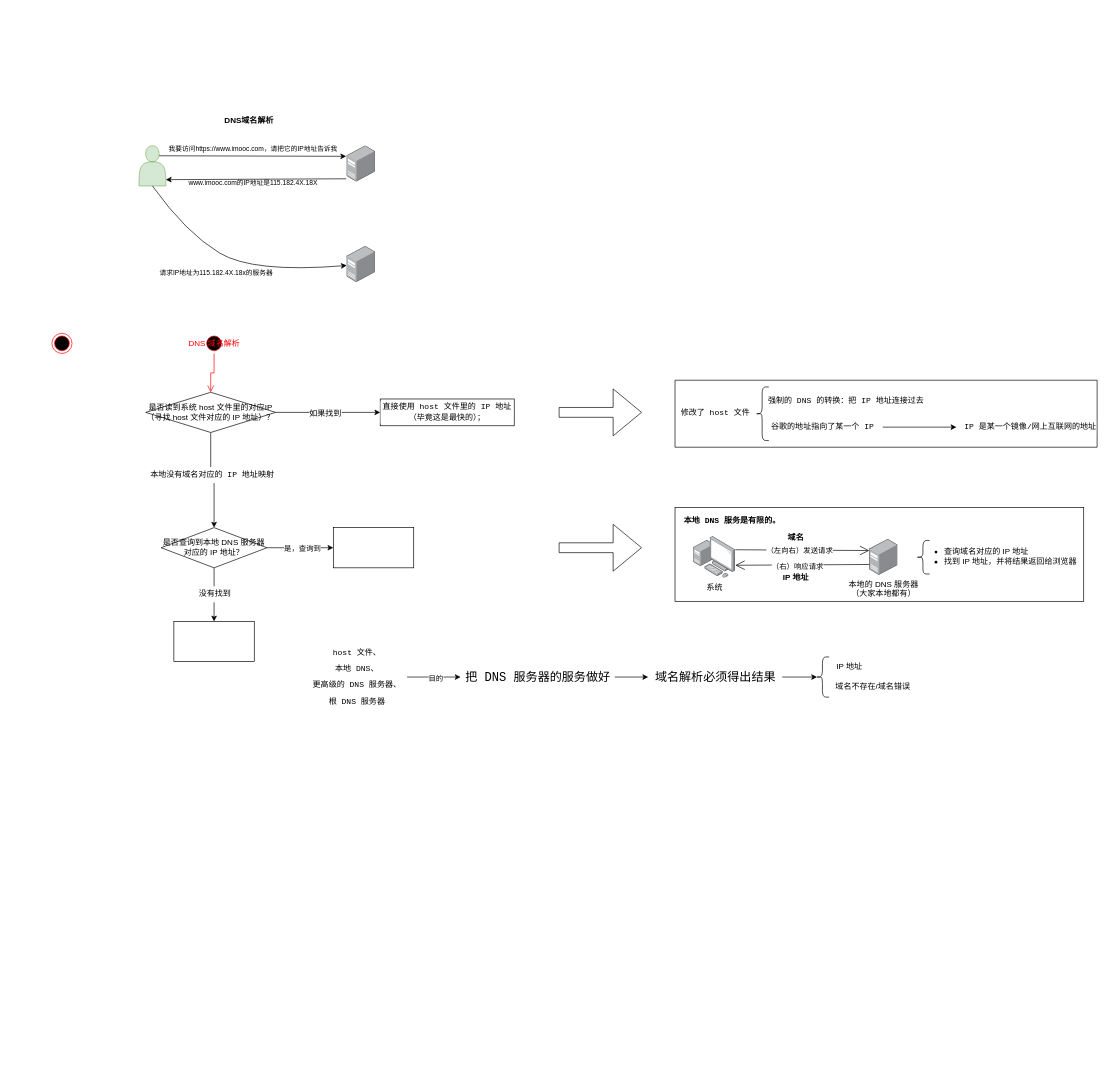
This is page "网络-DNS域名解析" (3 of 3) of video/HTTP/慕课网《HTTP》.drawio from djsz3y/learning-notes, a draw.io file, before an edit. Source tidied: cells renumbered, new cells numbered last; positions are measured from the earlier drawing's top-left corner, leaving out a move shared by most shapes. Both pictures are drawn from the tidied source at 67%, with x=0, y=0 at pixel (52, 111).
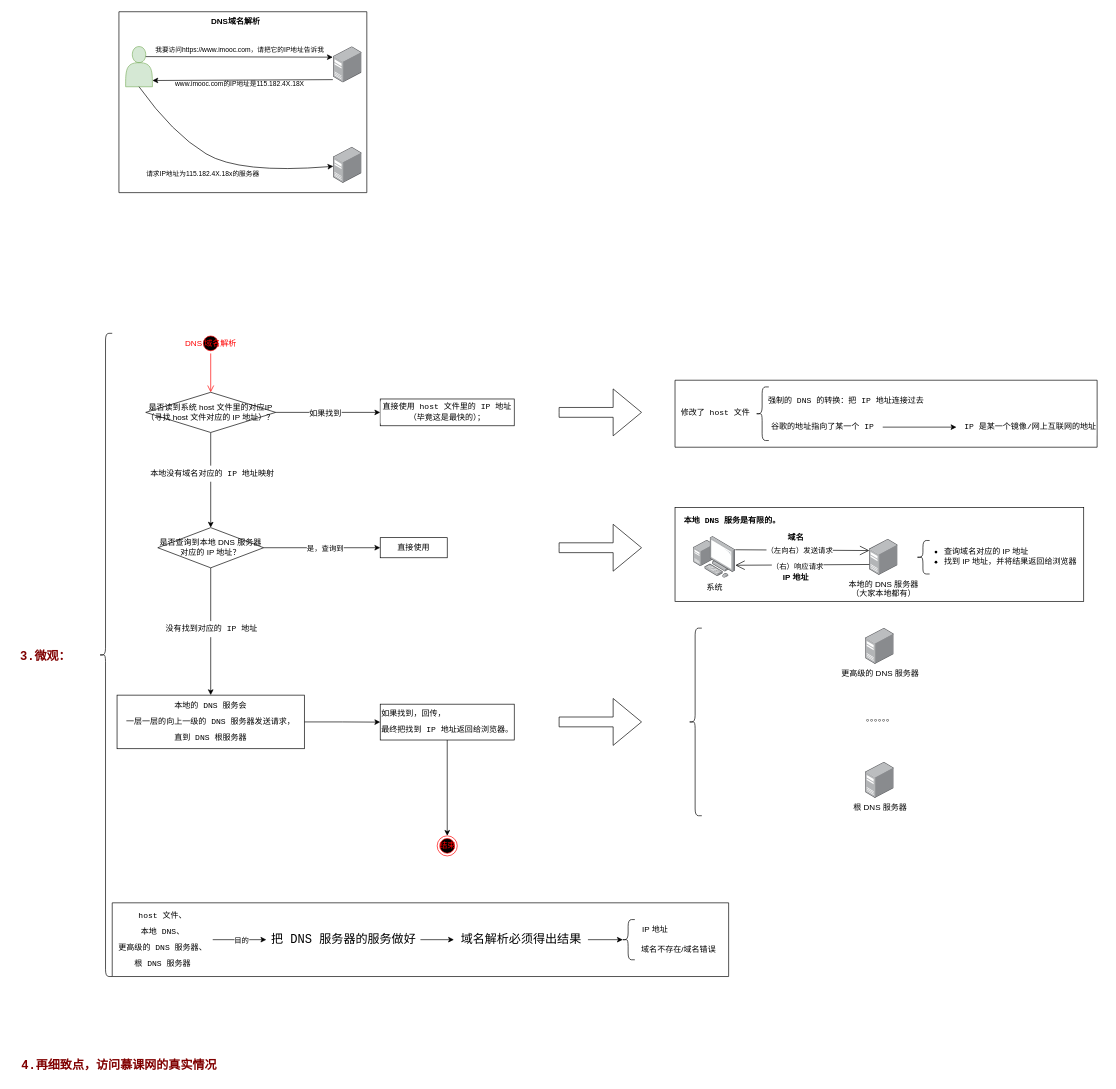
The same page after the edit.

Commit message (it also covers changes not shown here):
更新慕课网《HTTP》.drawio

The change refers to these unchanged cells:
```xml
<mxCell id="32" style="edgeStyle=orthogonalEdgeStyle;rounded=0;jettySize=auto;html=1;" parent="1" edge="1" source="34" target="49">
  <mxGeometry relative="1" as="geometry" />
</mxCell>
```

Change to the diagram source:
```diff
@@
-    <mxCell id="3" style="image;points=[];html=1;align=center;shadow=0;dashed=0;image=img/lib/allied_telesis/computer_and_terminals/Server_Desktop.svg;imageBackground=default;" parent="1" vertex="1">
-      <mxGeometry x="440" y="52" width="42.6" height="54" as="geometry" />
-    </mxCell>
-    <mxCell id="4" style="shape=actor;whiteSpace=wrap;html=1;fillColor=#d5e8d4;strokeColor=#82b366;" parent="1" vertex="1">
-      <mxGeometry x="130" y="52" width="40" height="60" as="geometry" />
-    </mxCell>
-    <mxCell id="5" style="image;points=[];html=1;align=center;shadow=0;dashed=0;image=img/lib/allied_telesis/computer_and_terminals/Server_Desktop.svg;imageBackground=default;" parent="1" vertex="1">
-      <mxGeometry x="440" y="202" width="42.6" height="54" as="geometry" />
-    </mxCell>
-    <mxCell id="6" style="endArrow=classic;html=1;rounded=0;exitX=0.75;exitY=0.25;exitDx=0;exitDy=0;exitPerimeter=0;entryX=-0.019;entryY=0.293;entryDx=0;entryDy=0;entryPerimeter=0;" parent="1" edge="1" source="4" target="3">
-      <mxGeometry relative="1" as="geometry" />
-    </mxCell>
-    <mxCell id="7" style="endArrow=classic;html=1;rounded=0;entryX=1;entryY=0.844;entryDx=0;entryDy=0;exitX=-0.016;exitY=0.914;exitDx=0;exitDy=0;exitPerimeter=0;entryPerimeter=0;" parent="1" edge="1" source="3" target="4">
-      <mxGeometry relative="1" as="geometry" />
-    </mxCell>
-    <mxCell id="8" style="curved=1;endArrow=classic;html=1;rounded=0;exitX=0.5;exitY=1;exitDx=0;exitDy=0;" parent="1" edge="1" source="4" target="5">
-      <mxGeometry relative="1" as="geometry">
-        <Array as="points">
-          <mxPoint x="200" y="182" />
-          <mxPoint x="300" y="242" />
-        </Array>
-      </mxGeometry>
-    </mxCell>
-    <mxCell id="9" value="我要访问https://www.imooc.com，请把它的IP地址告诉我" style="text;html=1;align=center;verticalAlign=middle;strokeColor=none;fillColor=none;fontSize=10;" parent="1" vertex="1">
-      <mxGeometry x="160" y="42" width="280" height="30" as="geometry" />
-    </mxCell>
-    <mxCell id="10" value="www.imooc.com的IP地址是115.182.4X.18X" style="text;html=1;align=center;verticalAlign=middle;strokeColor=none;fillColor=none;fontSize=10;" parent="1" vertex="1">
-      <mxGeometry x="190" y="92" width="220" height="30" as="geometry" />
-    </mxCell>
-    <mxCell id="11" value="请求IP地址为115.182.4X.18x的服务器" style="text;html=1;align=center;verticalAlign=middle;strokeColor=none;fillColor=none;fontSize=10;" parent="1" vertex="1">
-      <mxGeometry x="150" y="226" width="190" height="30" as="geometry" />
-    </mxCell>
-    <mxCell id="12" value="DNS域名解析" style="text;html=1;align=center;verticalAlign=middle;strokeColor=none;fillColor=none;fontStyle=1;" parent="1" vertex="1">
-      <mxGeometry x="244" width="100" height="30" as="geometry" />
-    </mxCell>
@@
     <mxCell id="14" value="&lt;font color=&quot;#ff0000&quot;&gt;DNS 域名解析&lt;/font&gt;" style="ellipse;html=1;shape=startState;fillColor=#000000;strokeColor=#ff0000;" parent="1" vertex="1">
-      <mxGeometry x="227" y="332" width="30" height="30" as="geometry" />
+      <mxGeometry x="222" y="332" width="30" height="30" as="geometry" />
     </mxCell>
@@
-    <mxCell id="16" style="ellipse;html=1;shape=endState;fillColor=#000000;strokeColor=#ff0000;" parent="1" vertex="1">
-      <mxGeometry y="332" width="30" height="30" as="geometry" />
+    <mxCell id="16" value="&lt;font color=&quot;#ff0000&quot;&gt;结束&lt;/font&gt;" style="ellipse;html=1;shape=endState;fillColor=#000000;strokeColor=#ff0000;" parent="1" vertex="1">
+      <mxGeometry x="575" y="1082" width="30" height="30" as="geometry" />
     </mxCell>
@@
-    <mxCell id="33" value="&lt;div style=&quot;font-family: Consolas, &amp;quot;Courier New&amp;quot;, monospace; font-size: 12px; line-height: 24px;&quot;&gt;没有找到&lt;/div&gt;" style="edgeLabel;html=1;align=center;verticalAlign=middle;fontSize=12;" parent="32" vertex="1">
+    <mxCell id="33" value="&lt;div style=&quot;font-family: Consolas, &amp;quot;Courier New&amp;quot;, monospace; font-size: 12px; line-height: 24px;&quot;&gt;没有找到对应的 IP 地址&lt;/div&gt;" style="edgeLabel;html=1;align=center;verticalAlign=middle;fontSize=12;" parent="32" vertex="1">
       <mxGeometry x="-0.05" relative="1" as="geometry" />
     </mxCell>
     <mxCell id="34" value="是否查询到本地 DNS 服务器对应的 IP 地址？" style="shape=rhombus;perimeter=rhombusPerimeter;whiteSpace=wrap;html=1;align=center;" parent="1" vertex="1">
-      <mxGeometry x="163" y="622" width="158" height="60" as="geometry" />
+      <mxGeometry x="158" y="622" width="158" height="60" as="geometry" />
     </mxCell>
@@
-    <mxCell id="48" style="whiteSpace=wrap;html=1;" parent="1" vertex="1">
-      <mxGeometry x="420" y="622" width="120" height="60" as="geometry" />
+    <mxCell id="48" value="直接使用" style="whiteSpace=wrap;html=1;" parent="1" vertex="1">
+      <mxGeometry x="490" y="637" width="100" height="30" as="geometry" />
     </mxCell>
+    <mxCell id="61" style="edgeStyle=orthogonalEdgeStyle;rounded=0;jettySize=auto;html=1;" parent="1" edge="1" source="49" target="63">
+      <mxGeometry relative="1" as="geometry" />
+    </mxCell>
-    <mxCell id="49" style="whiteSpace=wrap;html=1;" parent="1" vertex="1">
-      <mxGeometry x="182" y="762" width="120" height="60" as="geometry" />
+    <mxCell id="49" value="&lt;div style=&quot;background-color: rgb(255, 255, 255); font-family: Consolas, &amp;quot;Courier New&amp;quot;, monospace; font-size: 12px; line-height: 24px;&quot;&gt;本地的 DNS 服务会&lt;/div&gt;&lt;div style=&quot;background-color: rgb(255, 255, 255); font-family: Consolas, &amp;quot;Courier New&amp;quot;, monospace; font-size: 12px; line-height: 24px;&quot;&gt;一层一层的向上一级的 DNS 服务器发送请求，&lt;/div&gt;&lt;div style=&quot;background-color: rgb(255, 255, 255); font-family: Consolas, &amp;quot;Courier New&amp;quot;, monospace; font-size: 12px; line-height: 24px;&quot;&gt;直到 DNS 根服务器&lt;/div&gt;" style="whiteSpace=wrap;html=1;fontSize=12;" parent="1" vertex="1">
+      <mxGeometry x="97.2" y="872" width="279.5" height="80" as="geometry" />
     </mxCell>
@@
-    <mxCell id="51" style="edgeStyle=orthogonalEdgeStyle;rounded=0;jettySize=auto;html=1;" parent="1" edge="1" source="60" target="54">
-      <mxGeometry relative="1" as="geometry" />
-    </mxCell>
-    <mxCell id="52" value="目的" style="edgeLabel;html=1;align=center;verticalAlign=middle;" parent="51" vertex="1">
-      <mxGeometry x="0.05" y="-1" relative="1" as="geometry" />
-    </mxCell>
-    <mxCell id="53" style="edgeStyle=orthogonalEdgeStyle;rounded=0;jettySize=auto;html=1;" parent="1" edge="1" source="54" target="55">
-      <mxGeometry relative="1" as="geometry" />
-    </mxCell>
+    <mxCell id="62" style="edgeStyle=orthogonalEdgeStyle;rounded=0;jettySize=auto;html=1;" parent="1" edge="1" source="63" target="16">
+      <mxGeometry relative="1" as="geometry" />
+    </mxCell>
+    <mxCell id="63" value="&lt;div style=&quot;background-color: rgb(255, 255, 255); font-family: Consolas, &amp;quot;Courier New&amp;quot;, monospace; font-size: 12px; line-height: 24px;&quot;&gt;&lt;div style=&quot;font-size: 12px; line-height: 24px;&quot;&gt;如果找到，回传，&lt;/div&gt;&lt;div style=&quot;font-size: 12px; line-height: 24px;&quot;&gt;最终把找到 IP 地址返回给浏览器。&lt;/div&gt;&lt;/div&gt;" style="whiteSpace=wrap;html=1;fontSize=12;align=left;" parent="1" vertex="1">
+      <mxGeometry x="490" y="885.5" width="200" height="53.5" as="geometry" />
+    </mxCell>
+    <mxCell id="64" value="更高级的 DNS 服务器" style="image;html=1;align=center;shadow=0;dashed=0;image=img/lib/allied_telesis/computer_and_terminals/Server_Desktop.svg;" parent="1" vertex="1">
+      <mxGeometry x="1214.2" y="772" width="42.6" height="54" as="geometry" />
+    </mxCell>
+    <mxCell id="65" value="根 DNS 服务器" style="image;html=1;align=center;shadow=0;dashed=0;image=img/lib/allied_telesis/computer_and_terminals/Server_Desktop.svg;" parent="1" vertex="1">
+      <mxGeometry x="1214.2" y="972" width="42.6" height="54" as="geometry" />
+    </mxCell>
+    <mxCell id="66" style="html=1;shadow=0;dashed=0;align=center;verticalAlign=middle;shape=mxgraph.arrows2.arrow;dy=0.79;dx=42.35;direction=east;notch=0;" parent="1" vertex="1">
+      <mxGeometry x="757" y="877" width="123" height="70" as="geometry" />
+    </mxCell>
+    <mxCell id="67" style="shape=curlyBracket;whiteSpace=wrap;html=1;rounded=1;labelPosition=left;verticalLabelPosition=middle;align=right;verticalAlign=middle;" parent="1" vertex="1">
+      <mxGeometry x="950" y="772" width="20" height="280" as="geometry" />
+    </mxCell>
+    <mxCell id="68" value="。。。。。。" style="text;html=1;align=center;verticalAlign=middle;strokeColor=none;fillColor=none;" parent="1" vertex="1">
+      <mxGeometry x="1185.5" y="892" width="100" height="30" as="geometry" />
+    </mxCell>
+    <mxCell id="69" style="group;" parent="1" vertex="1">
+      <mxGeometry x="100" y="-148" width="370" height="270" as="geometry" />
+    </mxCell>
+    <mxCell id="70" style="verticalLabelPosition=bottom;verticalAlign=top;html=1;shape=mxgraph.basic.rect;fillColor2=none;strokeWidth=1;size=20;indent=5;" parent="69" vertex="1">
+      <mxGeometry width="370" height="270" as="geometry" />
+    </mxCell>
+    <mxCell id="3" style="image;points=[];html=1;align=center;shadow=0;dashed=0;image=img/lib/allied_telesis/computer_and_terminals/Server_Desktop.svg;imageBackground=default;" parent="69" vertex="1">
+      <mxGeometry x="320" y="52" width="42.6" height="54" as="geometry" />
+    </mxCell>
+    <mxCell id="4" style="shape=actor;whiteSpace=wrap;html=1;fillColor=#d5e8d4;strokeColor=#82b366;" parent="69" vertex="1">
+      <mxGeometry x="10" y="52" width="40" height="60" as="geometry" />
+    </mxCell>
+    <mxCell id="5" style="image;points=[];html=1;align=center;shadow=0;dashed=0;image=img/lib/allied_telesis/computer_and_terminals/Server_Desktop.svg;imageBackground=default;" parent="69" vertex="1">
+      <mxGeometry x="320" y="202" width="42.6" height="54" as="geometry" />
+    </mxCell>
+    <mxCell id="6" style="endArrow=classic;html=1;rounded=0;exitX=0.75;exitY=0.25;exitDx=0;exitDy=0;exitPerimeter=0;entryX=-0.019;entryY=0.293;entryDx=0;entryDy=0;entryPerimeter=0;" parent="69" edge="1" source="4" target="3">
+      <mxGeometry relative="1" as="geometry" />
+    </mxCell>
+    <mxCell id="7" style="endArrow=classic;html=1;rounded=0;entryX=1;entryY=0.844;entryDx=0;entryDy=0;exitX=-0.016;exitY=0.914;exitDx=0;exitDy=0;exitPerimeter=0;entryPerimeter=0;" parent="69" edge="1" source="3" target="4">
+      <mxGeometry relative="1" as="geometry" />
+    </mxCell>
+    <mxCell id="8" style="curved=1;endArrow=classic;html=1;rounded=0;exitX=0.5;exitY=1;exitDx=0;exitDy=0;" parent="69" edge="1" source="4" target="5">
+      <mxGeometry relative="1" as="geometry">
+        <Array as="points">
+          <mxPoint x="80" y="182" />
+          <mxPoint x="180" y="242" />
+        </Array>
+      </mxGeometry>
+    </mxCell>
+    <mxCell id="9" value="我要访问https://www.imooc.com，请把它的IP地址告诉我" style="text;html=1;align=center;verticalAlign=middle;strokeColor=none;fillColor=none;fontSize=10;" parent="69" vertex="1">
+      <mxGeometry x="40" y="42" width="280" height="30" as="geometry" />
+    </mxCell>
+    <mxCell id="10" value="www.imooc.com的IP地址是115.182.4X.18X" style="text;html=1;align=center;verticalAlign=middle;strokeColor=none;fillColor=none;fontSize=10;" parent="69" vertex="1">
+      <mxGeometry x="70" y="92" width="220" height="30" as="geometry" />
+    </mxCell>
+    <mxCell id="11" value="请求IP地址为115.182.4X.18x的服务器" style="text;html=1;align=center;verticalAlign=middle;strokeColor=none;fillColor=none;fontSize=10;" parent="69" vertex="1">
+      <mxGeometry x="30" y="226" width="190" height="30" as="geometry" />
+    </mxCell>
+    <mxCell id="12" value="DNS域名解析" style="text;html=1;align=center;verticalAlign=middle;strokeColor=none;fillColor=none;fontStyle=1;" parent="69" vertex="1">
+      <mxGeometry x="124" width="100" height="30" as="geometry" />
+    </mxCell>
+    <mxCell id="71" value="&#10;&lt;div style=&quot;color: rgb(0, 0, 0); background-color: rgb(255, 255, 255); font-family: Consolas, &amp;quot;Courier New&amp;quot;, monospace; font-weight: normal; font-size: 18px; line-height: 24px;&quot;&gt;&lt;div&gt;&lt;span style=&quot;color: #800000;font-weight: bold;&quot;&gt;3.微观：&lt;/span&gt;&lt;/div&gt;&lt;/div&gt;&#10;&#10;" style="text;html=1;align=center;verticalAlign=middle;strokeColor=none;fillColor=none;" parent="1" vertex="1">
+      <mxGeometry x="-60" y="782" width="100" height="80" as="geometry" />
+    </mxCell>
+    <mxCell id="72" value="&lt;font color=&quot;#800000&quot;&gt;&lt;br&gt;&lt;/font&gt;&lt;div style=&quot;background-color: rgb(255, 255, 255); font-family: Consolas, &amp;quot;Courier New&amp;quot;, monospace; font-size: 18px; line-height: 24px;&quot;&gt;&lt;div style=&quot;&quot;&gt;&lt;font style=&quot;&quot; color=&quot;#800000&quot;&gt;&lt;b&gt;4.再细致点，访问慕课网的真实情况&lt;/b&gt;&lt;/font&gt;&lt;/div&gt;&lt;/div&gt;" style="text;html=1;align=center;verticalAlign=middle;strokeColor=none;fillColor=none;" parent="1" vertex="1">
+      <mxGeometry x="-60" y="1392" width="320" height="50" as="geometry" />
+    </mxCell>
+    <mxCell id="73" style="shape=curlyBracket;whiteSpace=wrap;html=1;rounded=1;labelPosition=left;verticalLabelPosition=middle;align=right;verticalAlign=middle;" parent="1" vertex="1">
+      <mxGeometry x="70" y="332" width="20" height="960" as="geometry" />
+    </mxCell>
+    <mxCell id="74" style="group;" parent="1" vertex="1">
+      <mxGeometry x="90" y="1182" width="920" height="110" as="geometry" />
+    </mxCell>
+    <mxCell id="75" style="verticalLabelPosition=bottom;verticalAlign=top;html=1;shape=mxgraph.basic.rect;fillColor2=none;strokeWidth=1;size=20;indent=5;" parent="74" vertex="1">
+      <mxGeometry width="920" height="110" as="geometry" />
+    </mxCell>
+    <mxCell id="76" style="group;" parent="74" vertex="1">
+      <mxGeometry width="910" height="110" as="geometry" />
+    </mxCell>
-    <mxCell id="54" value="&lt;div style=&quot;background-color: rgb(255, 255, 255); font-family: Consolas, &amp;quot;Courier New&amp;quot;, monospace; font-size: 18px; line-height: 24px;&quot;&gt;把 DNS 服务器的服务做好&lt;/div&gt;" style="text;html=1;align=center;verticalAlign=middle;points=[];strokeColor=none;fillColor=none;" parent="1" vertex="1">
-      <mxGeometry x="610" y="825" width="230" height="40" as="geometry" />
+    <mxCell id="54" value="&lt;div style=&quot;background-color: rgb(255, 255, 255); font-family: Consolas, &amp;quot;Courier New&amp;quot;, monospace; font-size: 18px; line-height: 24px;&quot;&gt;把 DNS 服务器的服务做好&lt;/div&gt;" style="text;html=1;align=center;verticalAlign=middle;points=[];strokeColor=none;fillColor=none;" parent="76" vertex="1">
+      <mxGeometry x="230" y="35" width="230" height="40" as="geometry" />
     </mxCell>
-    <mxCell id="55" value="&lt;div style=&quot;background-color: rgb(255, 255, 255); font-family: Consolas, &amp;quot;Courier New&amp;quot;, monospace; font-size: 18px; line-height: 24px;&quot;&gt;域名解析必须得出结果&lt;/div&gt;" style="text;html=1;align=center;verticalAlign=middle;points=[];strokeColor=none;fillColor=none;" parent="1" vertex="1">
-      <mxGeometry x="890" y="825" width="200" height="40" as="geometry" />
+    <mxCell id="55" value="&lt;div style=&quot;background-color: rgb(255, 255, 255); font-family: Consolas, &amp;quot;Courier New&amp;quot;, monospace; font-size: 18px; line-height: 24px;&quot;&gt;域名解析必须得出结果&lt;/div&gt;" style="text;html=1;align=center;verticalAlign=middle;points=[];strokeColor=none;fillColor=none;" parent="76" vertex="1">
+      <mxGeometry x="510" y="35" width="200" height="40" as="geometry" />
     </mxCell>
+    <mxCell id="53" style="edgeStyle=orthogonalEdgeStyle;rounded=0;jettySize=auto;html=1;" parent="76" edge="1" source="54" target="55">
+      <mxGeometry relative="1" as="geometry" />
+    </mxCell>
-    <mxCell id="56" style="shape=curlyBracket;whiteSpace=wrap;html=1;rounded=1;labelPosition=left;verticalLabelPosition=middle;align=right;verticalAlign=middle;" parent="1" vertex="1">
-      <mxGeometry x="1140" y="815" width="20" height="60" as="geometry" />
+    <mxCell id="56" style="shape=curlyBracket;whiteSpace=wrap;html=1;rounded=1;labelPosition=left;verticalLabelPosition=middle;align=right;verticalAlign=middle;" parent="76" vertex="1">
+      <mxGeometry x="760" y="25" width="20" height="60" as="geometry" />
     </mxCell>
-    <mxCell id="57" value="域名不存在/域名错误" style="text;html=1;align=center;verticalAlign=middle;strokeColor=none;fillColor=none;" parent="1" vertex="1">
-      <mxGeometry x="1160" y="845" width="130" height="30" as="geometry" />
+    <mxCell id="57" value="域名不存在/域名错误" style="text;html=1;align=center;verticalAlign=middle;strokeColor=none;fillColor=none;" parent="76" vertex="1">
+      <mxGeometry x="780" y="55" width="130" height="30" as="geometry" />
     </mxCell>
-    <mxCell id="58" value="IP 地址" style="text;html=1;align=center;verticalAlign=middle;strokeColor=none;fillColor=none;" parent="1" vertex="1">
-      <mxGeometry x="1160" y="815" width="60" height="30" as="geometry" />
+    <mxCell id="58" value="IP 地址" style="text;html=1;align=center;verticalAlign=middle;strokeColor=none;fillColor=none;" parent="76" vertex="1">
+      <mxGeometry x="780" y="25" width="60" height="30" as="geometry" />
     </mxCell>
-    <mxCell id="59" style="edgeStyle=orthogonalEdgeStyle;rounded=0;jettySize=auto;html=1;entryX=0.1;entryY=0.5;entryDx=0;entryDy=0;entryPerimeter=0;" parent="1" edge="1" source="55" target="56">
+    <mxCell id="59" style="edgeStyle=orthogonalEdgeStyle;rounded=0;jettySize=auto;html=1;entryX=0.1;entryY=0.5;entryDx=0;entryDy=0;entryPerimeter=0;" parent="76" edge="1" source="55" target="56">
       <mxGeometry relative="1" as="geometry" />
     </mxCell>
-    <mxCell id="60" value="&lt;div style=&quot;border-color: var(--border-color); background-color: rgb(255, 255, 255); font-family: Consolas, &amp;quot;Courier New&amp;quot;, monospace; line-height: 24px;&quot;&gt;host 文件、&lt;/div&gt;&lt;div style=&quot;border-color: var(--border-color); background-color: rgb(255, 255, 255); font-family: Consolas, &amp;quot;Courier New&amp;quot;, monospace; line-height: 24px;&quot;&gt;本地 DNS、&lt;/div&gt;&lt;div style=&quot;border-color: var(--border-color); background-color: rgb(255, 255, 255); font-family: Consolas, &amp;quot;Courier New&amp;quot;, monospace; line-height: 24px;&quot;&gt;更高级的 DNS 服务器、&lt;/div&gt;&lt;div style=&quot;border-color: var(--border-color); background-color: rgb(255, 255, 255); font-family: Consolas, &amp;quot;Courier New&amp;quot;, monospace; line-height: 24px;&quot;&gt;根 DNS 服务器&lt;/div&gt;" style="text;html=1;align=center;verticalAlign=middle;points=[];strokeColor=none;fillColor=none;" parent="1" vertex="1">
-      <mxGeometry x="380" y="790" width="150" height="110" as="geometry" />
+    <mxCell id="60" value="&lt;div style=&quot;border-color: var(--border-color); background-color: rgb(255, 255, 255); font-family: Consolas, &amp;quot;Courier New&amp;quot;, monospace; line-height: 24px;&quot;&gt;host 文件、&lt;/div&gt;&lt;div style=&quot;border-color: var(--border-color); background-color: rgb(255, 255, 255); font-family: Consolas, &amp;quot;Courier New&amp;quot;, monospace; line-height: 24px;&quot;&gt;本地 DNS、&lt;/div&gt;&lt;div style=&quot;border-color: var(--border-color); background-color: rgb(255, 255, 255); font-family: Consolas, &amp;quot;Courier New&amp;quot;, monospace; line-height: 24px;&quot;&gt;更高级的 DNS 服务器、&lt;/div&gt;&lt;div style=&quot;border-color: var(--border-color); background-color: rgb(255, 255, 255); font-family: Consolas, &amp;quot;Courier New&amp;quot;, monospace; line-height: 24px;&quot;&gt;根 DNS 服务器&lt;/div&gt;" style="text;html=1;align=center;verticalAlign=middle;points=[];strokeColor=none;fillColor=none;" parent="76" vertex="1">
+      <mxGeometry width="150" height="110" as="geometry" />
     </mxCell>
+    <mxCell id="51" style="edgeStyle=orthogonalEdgeStyle;rounded=0;jettySize=auto;html=1;" parent="76" edge="1" source="60" target="54">
+      <mxGeometry relative="1" as="geometry" />
+    </mxCell>
+    <mxCell id="52" value="目的" style="edgeLabel;html=1;align=center;verticalAlign=middle;" parent="51" vertex="1">
+      <mxGeometry x="0.05" y="-1" relative="1" as="geometry" />
+    </mxCell>
```
